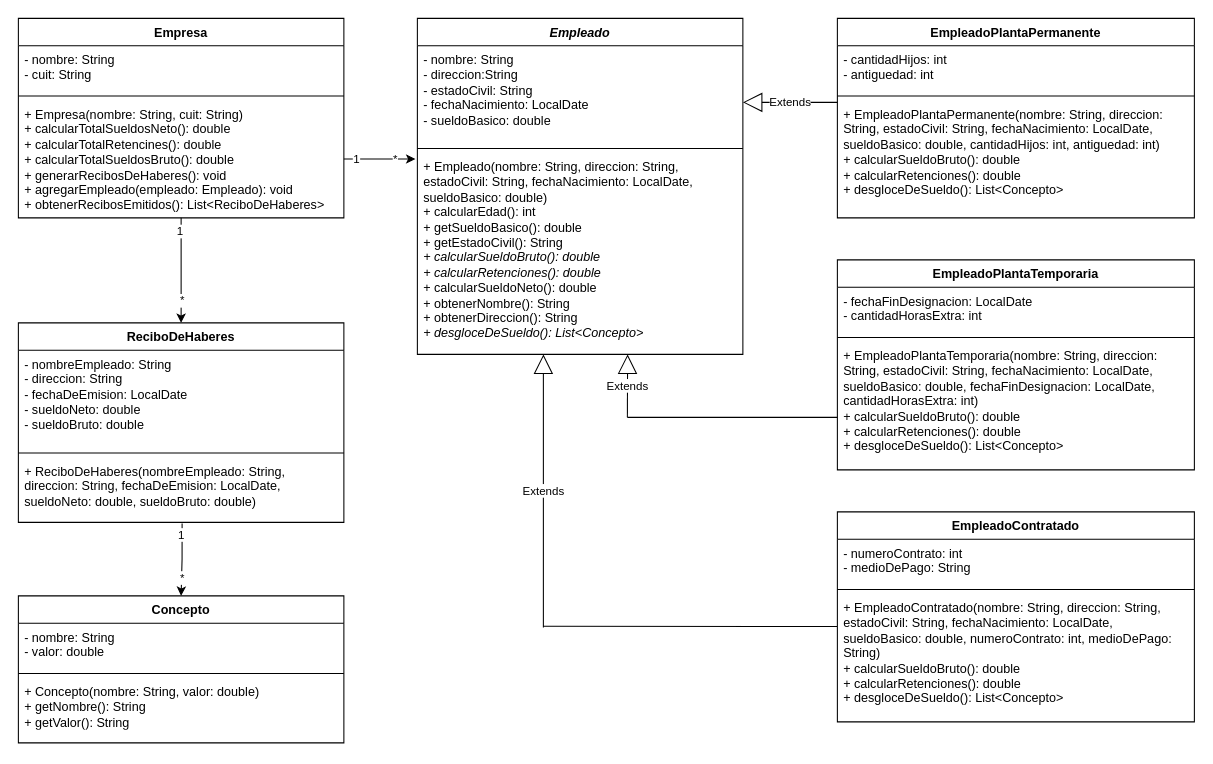
agusgarrido/unq-poo2-garrido keeps this draw.io diagram as src/ar/edu/unq/po2/tp2/TP02.drawio. Above is the earlier version. Source tidied: cells renumbered, new cells numbered last; positions are measured from the earlier drawing's top-left corner, leaving out a move shared by most shapes. Both pictures are drawn from the tidied source at 105%, with x=0, y=0 at pixel (18, 18).
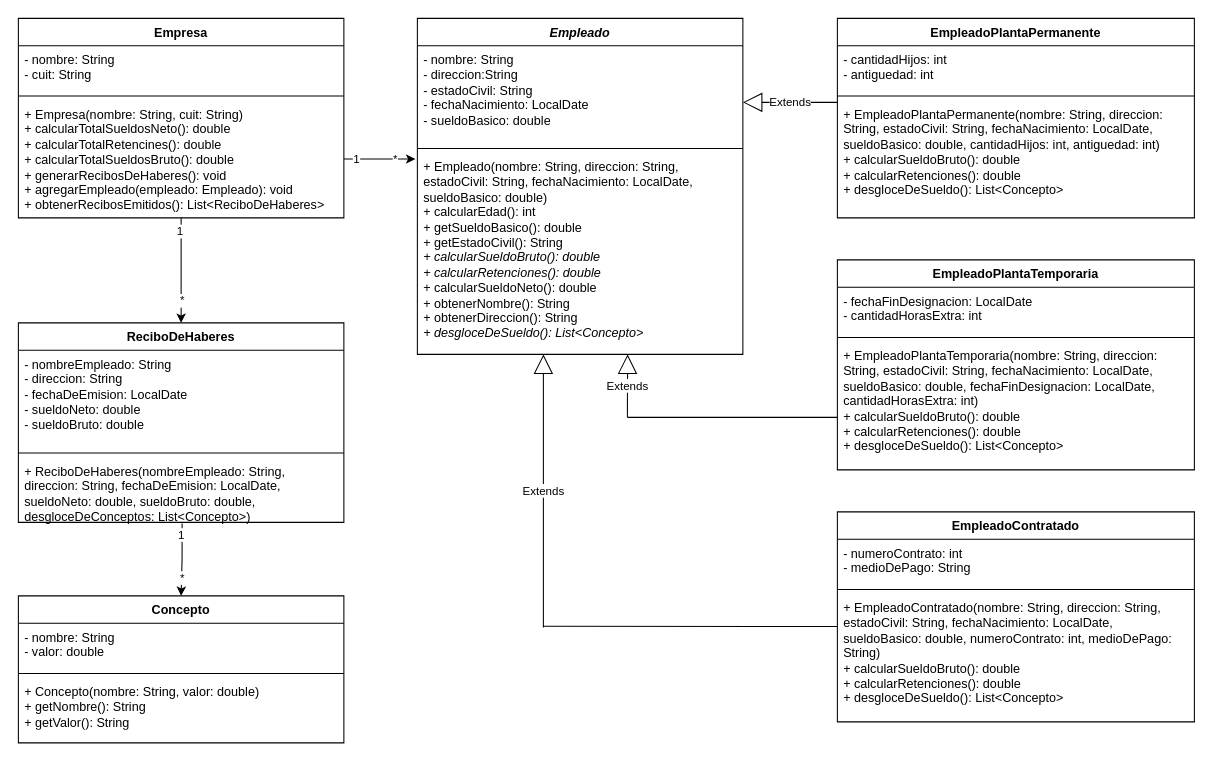
Above is the later version.

Commit message (it also covers changes not shown here):
Fix: Resubida UML

Unchanged cells that the change refers to:
```xml
<mxCell id="29" value="ReciboDeHaberes" style="swimlane;fontStyle=1;align=center;verticalAlign=top;horizontal=1;startSize=26;whiteSpace=wrap;html=1;" parent="1" vertex="1">
  <mxGeometry y="290" width="310" height="190" as="geometry" />
</mxCell>
```

What changed in the source:
```diff
@@
-    <mxCell id="32" value="&lt;div&gt;+ ReciboDeHaberes(nombreEmpleado: String, direccion: String, fechaDeEmision: LocalDate, sueldoNeto: double, sueldoBruto: double)&lt;/div&gt;" style="text;strokeColor=none;fillColor=none;align=left;verticalAlign=top;spacingLeft=4;spacingRight=4;overflow=hidden;points=[[0,0.5],[1,0.5]];portConstraint=eastwest;whiteSpace=wrap;html=1;" parent="29" vertex="1">
+    <mxCell id="32" value="&lt;div&gt;+ ReciboDeHaberes(nombreEmpleado: String, direccion: String, fechaDeEmision: LocalDate, sueldoNeto: double, sueldoBruto: double, desgloceDeConceptos: List&amp;lt;Concepto&amp;gt;)&lt;/div&gt;" style="text;strokeColor=none;fillColor=none;align=left;verticalAlign=top;spacingLeft=4;spacingRight=4;overflow=hidden;points=[[0,0.5],[1,0.5]];portConstraint=eastwest;whiteSpace=wrap;html=1;" parent="29" vertex="1">
       <mxGeometry y="128" width="310" height="62" as="geometry" />
     </mxCell>
```
